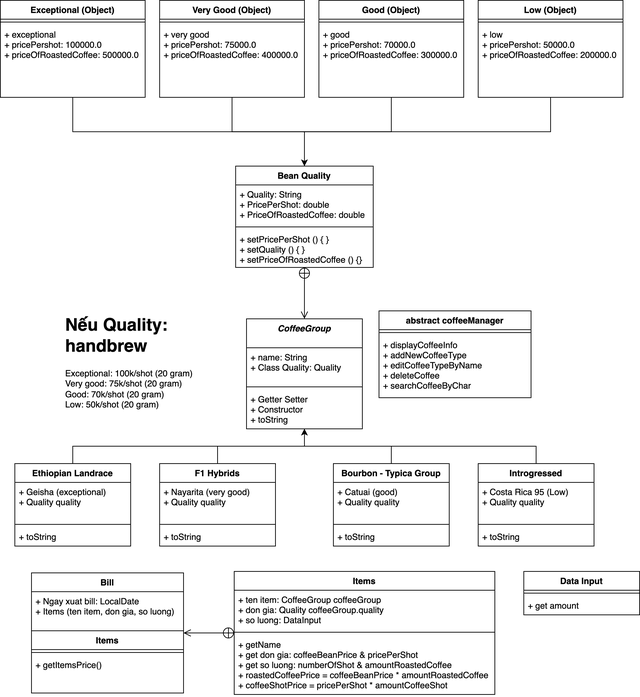
Before: CaseStudyMD2.png, a diagram exported from draw.io (minhtuan1610/MD2-Case-Study). Source tidied: cells renumbered, new cells last; positions are measured from the earlier drawing's top-left corner, leaving out a move shared by most shapes.
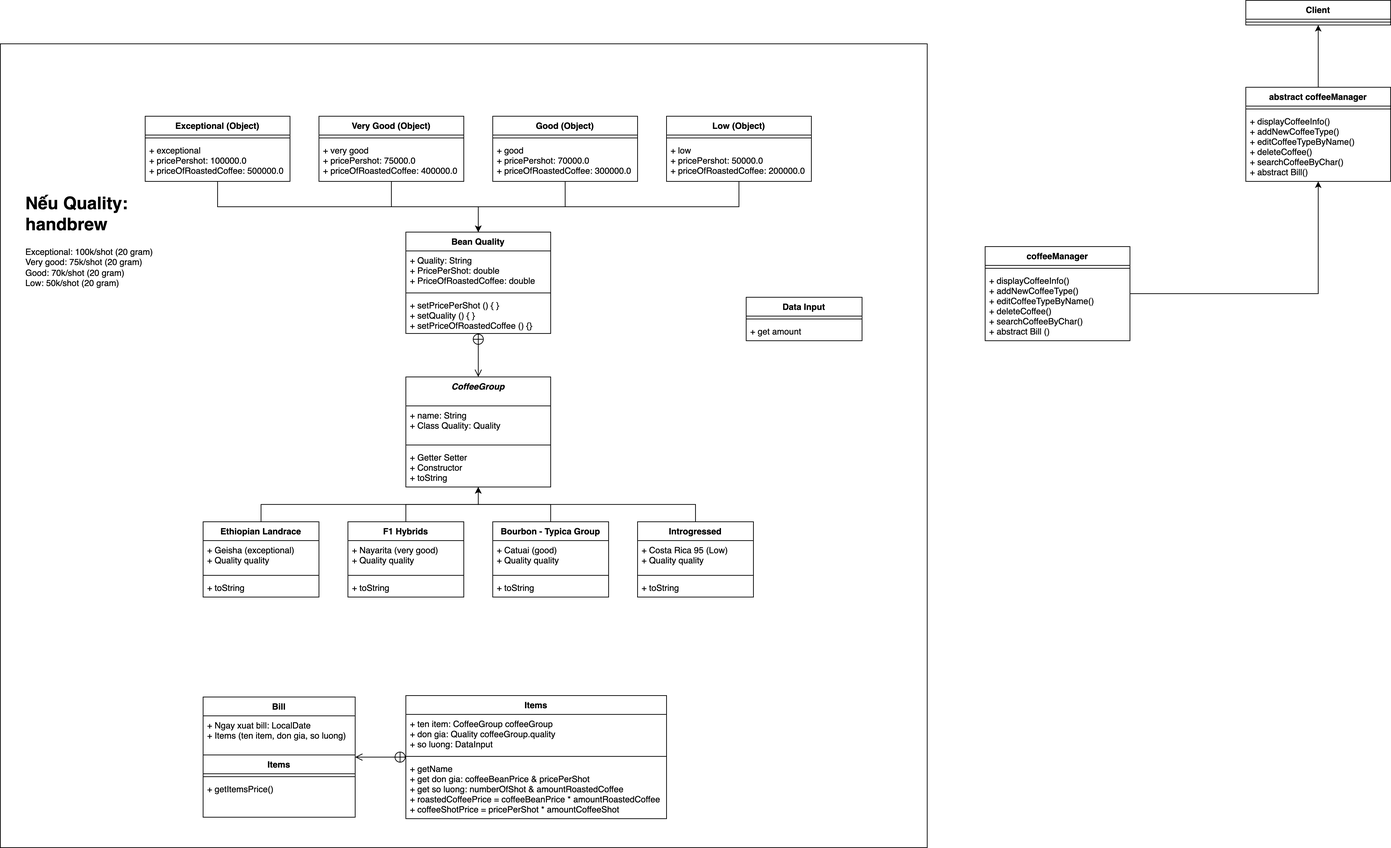
Later version of the same file.

Change to the diagram source:
```diff
@@ -2,146 +2,149 @@
   <root>
     <mxCell id="0" />
     <mxCell id="1" parent="0" />
+    <mxCell id="64" style="rounded=0;whiteSpace=wrap;html=1;glass=0;fillColor=none;" parent="1" vertex="1">
+      <mxGeometry x="-237" y="-111" width="1280" height="1110" as="geometry" />
+    </mxCell>
     <mxCell id="2" value="CoffeeGroup" style="swimlane;fontStyle=3;align=center;verticalAlign=top;horizontal=1;startSize=40;" parent="1" vertex="1">
-      <mxGeometry x="340" y="440" width="160" height="152" as="geometry" />
+      <mxGeometry x="323" y="349" width="200" height="152" as="geometry" />
     </mxCell>
     <mxCell id="3" value="+ name: String&#10;+ Class Quality: Quality&#10;" style="text;strokeColor=none;fillColor=none;align=left;verticalAlign=top;spacingLeft=4;spacingRight=4;overflow=hidden;" parent="2" vertex="1">
-      <mxGeometry y="40" width="160" height="50" as="geometry" />
+      <mxGeometry y="40" width="200" height="50" as="geometry" />
     </mxCell>
     <mxCell id="4" style="line;strokeWidth=1;fillColor=none;align=left;verticalAlign=middle;spacingTop=-1;spacingLeft=3;spacingRight=3;labelPosition=right;" parent="2" vertex="1">
-      <mxGeometry y="90" width="160" height="8" as="geometry" />
+      <mxGeometry y="90" width="200" height="8" as="geometry" />
     </mxCell>
     <mxCell id="5" value="+ Getter Setter&#10;+ Constructor&#10;+ toString" style="text;strokeColor=none;fillColor=none;align=left;verticalAlign=top;spacingLeft=4;spacingRight=4;overflow=hidden;" parent="2" vertex="1">
-      <mxGeometry y="98" width="160" height="54" as="geometry" />
+      <mxGeometry y="98" width="200" height="54" as="geometry" />
     </mxCell>
     <mxCell id="6" style="edgeStyle=orthogonalEdgeStyle;rounded=0;jettySize=auto;html=1;exitX=0.5;exitY=0;exitDx=0;exitDy=0;entryX=0.5;entryY=1;entryDx=0;entryDy=0;" parent="1" edge="1" source="7" target="2">
       <mxGeometry relative="1" as="geometry" />
     </mxCell>
     <mxCell id="7" value="Ethiopian Landrace" style="swimlane;fontStyle=1;align=center;verticalAlign=top;horizontal=1;startSize=26;" parent="1" vertex="1">
-      <mxGeometry x="20" y="640" width="160" height="114" as="geometry" />
+      <mxGeometry x="43" y="549" width="160" height="104" as="geometry" />
     </mxCell>
     <mxCell id="8" value="+ Geisha (exceptional)&#10;+ Quality quality" style="text;strokeColor=none;fillColor=none;align=left;verticalAlign=top;spacingLeft=4;spacingRight=4;overflow=hidden;" parent="7" vertex="1">
-      <mxGeometry y="26" width="160" height="54" as="geometry" />
+      <mxGeometry y="26" width="160" height="44" as="geometry" />
     </mxCell>
     <mxCell id="9" style="line;strokeWidth=1;fillColor=none;align=left;verticalAlign=middle;spacingTop=-1;spacingLeft=3;spacingRight=3;labelPosition=right;" parent="7" vertex="1">
-      <mxGeometry y="80" width="160" height="8" as="geometry" />
+      <mxGeometry y="70" width="160" height="8" as="geometry" />
     </mxCell>
     <mxCell id="10" value="+ toString" style="text;strokeColor=none;fillColor=none;align=left;verticalAlign=top;spacingLeft=4;spacingRight=4;overflow=hidden;" parent="7" vertex="1">
-      <mxGeometry y="88" width="160" height="26" as="geometry" />
+      <mxGeometry y="78" width="160" height="26" as="geometry" />
     </mxCell>
     <mxCell id="11" style="edgeStyle=orthogonalEdgeStyle;rounded=0;jettySize=auto;html=1;exitX=0.5;exitY=0;exitDx=0;exitDy=0;entryX=0.5;entryY=1;entryDx=0;entryDy=0;" parent="1" edge="1" source="12" target="2">
       <mxGeometry relative="1" as="geometry" />
     </mxCell>
     <mxCell id="12" value="F1 Hybrids" style="swimlane;fontStyle=1;align=center;verticalAlign=top;horizontal=1;startSize=26;" parent="1" vertex="1">
-      <mxGeometry x="220" y="640" width="160" height="114" as="geometry" />
+      <mxGeometry x="243" y="549" width="160" height="104" as="geometry" />
     </mxCell>
     <mxCell id="13" value="+ Nayarita (very good)&#10;+ Quality quality" style="text;strokeColor=none;fillColor=none;align=left;verticalAlign=top;spacingLeft=4;spacingRight=4;overflow=hidden;" parent="12" vertex="1">
-      <mxGeometry y="26" width="160" height="54" as="geometry" />
+      <mxGeometry y="26" width="160" height="44" as="geometry" />
     </mxCell>
     <mxCell id="14" style="line;strokeWidth=1;fillColor=none;align=left;verticalAlign=middle;spacingTop=-1;spacingLeft=3;spacingRight=3;labelPosition=right;" parent="12" vertex="1">
-      <mxGeometry y="80" width="160" height="8" as="geometry" />
+      <mxGeometry y="70" width="160" height="8" as="geometry" />
     </mxCell>
     <mxCell id="15" value="+ toString" style="text;strokeColor=none;fillColor=none;align=left;verticalAlign=top;spacingLeft=4;spacingRight=4;overflow=hidden;" parent="12" vertex="1">
-      <mxGeometry y="88" width="160" height="26" as="geometry" />
+      <mxGeometry y="78" width="160" height="26" as="geometry" />
     </mxCell>
     <mxCell id="16" style="edgeStyle=orthogonalEdgeStyle;rounded=0;jettySize=auto;html=1;exitX=0.5;exitY=0;exitDx=0;exitDy=0;entryX=0.5;entryY=1;entryDx=0;entryDy=0;" parent="1" edge="1" source="17" target="2">
       <mxGeometry relative="1" as="geometry" />
     </mxCell>
     <mxCell id="17" value="Bourbon - Typica Group" style="swimlane;fontStyle=1;align=center;verticalAlign=top;horizontal=1;startSize=26;" parent="1" vertex="1">
-      <mxGeometry x="460" y="640" width="160" height="114" as="geometry" />
+      <mxGeometry x="443" y="549" width="160" height="104" as="geometry" />
     </mxCell>
     <mxCell id="18" value="+ Catuai (good)&#10;+ Quality quality" style="text;strokeColor=none;fillColor=none;align=left;verticalAlign=top;spacingLeft=4;spacingRight=4;overflow=hidden;" parent="17" vertex="1">
-      <mxGeometry y="26" width="160" height="54" as="geometry" />
+      <mxGeometry y="26" width="160" height="44" as="geometry" />
     </mxCell>
     <mxCell id="19" style="line;strokeWidth=1;fillColor=none;align=left;verticalAlign=middle;spacingTop=-1;spacingLeft=3;spacingRight=3;labelPosition=right;" parent="17" vertex="1">
-      <mxGeometry y="80" width="160" height="8" as="geometry" />
+      <mxGeometry y="70" width="160" height="8" as="geometry" />
     </mxCell>
     <mxCell id="20" value="+ toString" style="text;strokeColor=none;fillColor=none;align=left;verticalAlign=top;spacingLeft=4;spacingRight=4;overflow=hidden;" parent="17" vertex="1">
-      <mxGeometry y="88" width="160" height="26" as="geometry" />
+      <mxGeometry y="78" width="160" height="26" as="geometry" />
     </mxCell>
     <mxCell id="21" style="edgeStyle=orthogonalEdgeStyle;rounded=0;jettySize=auto;html=1;exitX=0.5;exitY=0;exitDx=0;exitDy=0;entryX=0.5;entryY=1;entryDx=0;entryDy=0;" parent="1" edge="1" source="22" target="2">
       <mxGeometry relative="1" as="geometry" />
     </mxCell>
     <mxCell id="22" value="Introgressed" style="swimlane;fontStyle=1;align=center;verticalAlign=top;horizontal=1;startSize=26;" parent="1" vertex="1">
-      <mxGeometry x="660" y="640" width="160" height="114" as="geometry" />
+      <mxGeometry x="643" y="549" width="160" height="104" as="geometry" />
     </mxCell>
     <mxCell id="23" value="+ Costa Rica 95 (Low)&#10;+ Quality quality" style="text;strokeColor=none;fillColor=none;align=left;verticalAlign=top;spacingLeft=4;spacingRight=4;overflow=hidden;" parent="22" vertex="1">
-      <mxGeometry y="26" width="160" height="54" as="geometry" />
+      <mxGeometry y="26" width="160" height="44" as="geometry" />
     </mxCell>
     <mxCell id="24" style="line;strokeWidth=1;fillColor=none;align=left;verticalAlign=middle;spacingTop=-1;spacingLeft=3;spacingRight=3;labelPosition=right;" parent="22" vertex="1">
-      <mxGeometry y="80" width="160" height="8" as="geometry" />
+      <mxGeometry y="70" width="160" height="8" as="geometry" />
     </mxCell>
     <mxCell id="25" value="+ toString" style="text;strokeColor=none;fillColor=none;align=left;verticalAlign=top;spacingLeft=4;spacingRight=4;overflow=hidden;" parent="22" vertex="1">
-      <mxGeometry y="88" width="160" height="26" as="geometry" />
+      <mxGeometry y="78" width="160" height="26" as="geometry" />
     </mxCell>
     <mxCell id="26" value="&lt;h1&gt;Nếu Quality: handbrew&lt;/h1&gt;&lt;div&gt;Exceptional: 100k/shot (20 gram)&lt;/div&gt;&lt;div&gt;Very good: 75k/shot (20 gram)&lt;/div&gt;&lt;div&gt;Good: 70k/shot (20 gram)&lt;/div&gt;&lt;div&gt;Low: 50k/shot (20 gram)&lt;/div&gt;" style="text;html=1;strokeColor=none;fillColor=none;spacing=5;spacingTop=-20;whiteSpace=wrap;overflow=hidden;rounded=0;" parent="1" vertex="1">
-      <mxGeometry x="85" y="429" width="198" height="140" as="geometry" />
+      <mxGeometry x="-207" y="90" width="198" height="140" as="geometry" />
     </mxCell>
     <mxCell id="27" style="endArrow=open;startArrow=circlePlus;endFill=0;startFill=0;endSize=8;html=1;rounded=0;entryX=0.5;entryY=0;entryDx=0;entryDy=0;exitX=0.5;exitY=1;exitDx=0;exitDy=0;" parent="1" edge="1" source="28" target="2">
       <mxGeometry relative="1" as="geometry" />
     </mxCell>
     <mxCell id="28" value="Bean Quality" style="swimlane;fontStyle=1;align=center;verticalAlign=top;horizontal=1;startSize=26;" parent="1" vertex="1">
-      <mxGeometry x="325" y="229" width="190" height="140" as="geometry" />
+      <mxGeometry x="323" y="149" width="200" height="140" as="geometry" />
     </mxCell>
     <mxCell id="29" value="+ Quality: String&#10;+ PricePerShot: double&#10;+ PriceOfRoastedCoffee: double" style="text;strokeColor=none;fillColor=none;align=left;verticalAlign=top;spacingLeft=4;spacingRight=4;overflow=hidden;" parent="28" vertex="1">
-      <mxGeometry y="26" width="190" height="54" as="geometry" />
+      <mxGeometry y="26" width="200" height="54" as="geometry" />
     </mxCell>
     <mxCell id="30" style="line;strokeWidth=1;fillColor=none;align=left;verticalAlign=middle;spacingTop=-1;spacingLeft=3;spacingRight=3;labelPosition=right;" parent="28" vertex="1">
-      <mxGeometry y="80" width="190" height="8" as="geometry" />
+      <mxGeometry y="80" width="200" height="8" as="geometry" />
     </mxCell>
     <mxCell id="31" value="+ setPricePerShot () { }&#10;+ setQuality () { }&#10;+ setPriceOfRoastedCoffee () {}" style="text;strokeColor=none;fillColor=none;align=left;verticalAlign=top;spacingLeft=4;spacingRight=4;overflow=hidden;" parent="28" vertex="1">
-      <mxGeometry y="88" width="190" height="52" as="geometry" />
+      <mxGeometry y="88" width="200" height="52" as="geometry" />
     </mxCell>
     <mxCell id="32" style="edgeStyle=orthogonalEdgeStyle;rounded=0;jettySize=auto;html=1;entryX=0.5;entryY=0;entryDx=0;entryDy=0;exitX=0.5;exitY=1;exitDx=0;exitDy=0;" parent="1" edge="1" source="33" target="28">
       <mxGeometry relative="1" as="geometry" />
     </mxCell>
     <mxCell id="33" value="Exceptional (Object)" style="swimlane;fontStyle=1;align=center;verticalAlign=top;horizontal=1;startSize=26;" parent="1" vertex="1">
-      <mxGeometry width="200" height="134" as="geometry" />
+      <mxGeometry x="-37" y="-11" width="200" height="90" as="geometry" />
     </mxCell>
     <mxCell id="34" style="line;strokeWidth=1;fillColor=none;align=left;verticalAlign=middle;spacingTop=-1;spacingLeft=3;spacingRight=3;labelPosition=right;" parent="33" vertex="1">
       <mxGeometry y="26" width="200" height="8" as="geometry" />
     </mxCell>
     <mxCell id="35" value="+ exceptional&#10;+ pricePershot: 100000.0&#10;+ priceOfRoastedCoffee: 500000.0" style="text;strokeColor=none;fillColor=none;align=left;verticalAlign=top;spacingLeft=4;spacingRight=4;overflow=hidden;" parent="33" vertex="1">
-      <mxGeometry y="34" width="200" height="100" as="geometry" />
+      <mxGeometry y="34" width="200" height="56" as="geometry" />
     </mxCell>
     <mxCell id="36" style="edgeStyle=orthogonalEdgeStyle;rounded=0;jettySize=auto;html=1;entryX=0.5;entryY=0;entryDx=0;entryDy=0;exitX=0.5;exitY=1;exitDx=0;exitDy=0;" parent="1" edge="1" source="37" target="28">
       <mxGeometry relative="1" as="geometry" />
     </mxCell>
     <mxCell id="37" value="Very Good (Object)" style="swimlane;fontStyle=1;align=center;verticalAlign=top;horizontal=1;startSize=26;" parent="1" vertex="1">
-      <mxGeometry x="220" width="200" height="134" as="geometry" />
+      <mxGeometry x="203" y="-11" width="200" height="90" as="geometry" />
     </mxCell>
     <mxCell id="38" style="line;strokeWidth=1;fillColor=none;align=left;verticalAlign=middle;spacingTop=-1;spacingLeft=3;spacingRight=3;labelPosition=right;" parent="37" vertex="1">
       <mxGeometry y="26" width="200" height="8" as="geometry" />
     </mxCell>
     <mxCell id="39" value="+ very good&#10;+ pricePershot: 75000.0&#10;+ priceOfRoastedCoffee: 400000.0" style="text;strokeColor=none;fillColor=none;align=left;verticalAlign=top;spacingLeft=4;spacingRight=4;overflow=hidden;" parent="37" vertex="1">
-      <mxGeometry y="34" width="200" height="100" as="geometry" />
+      <mxGeometry y="34" width="200" height="56" as="geometry" />
     </mxCell>
     <mxCell id="40" style="edgeStyle=orthogonalEdgeStyle;rounded=0;jettySize=auto;html=1;entryX=0.5;entryY=0;entryDx=0;entryDy=0;exitX=0.5;exitY=1;exitDx=0;exitDy=0;" parent="1" edge="1" source="41" target="28">
       <mxGeometry relative="1" as="geometry" />
     </mxCell>
     <mxCell id="41" value="Good (Object)" style="swimlane;fontStyle=1;align=center;verticalAlign=top;horizontal=1;startSize=26;" parent="1" vertex="1">
-      <mxGeometry x="440" width="200" height="134" as="geometry" />
+      <mxGeometry x="443" y="-11" width="200" height="90" as="geometry" />
     </mxCell>
     <mxCell id="42" style="line;strokeWidth=1;fillColor=none;align=left;verticalAlign=middle;spacingTop=-1;spacingLeft=3;spacingRight=3;labelPosition=right;" parent="41" vertex="1">
       <mxGeometry y="26" width="200" height="8" as="geometry" />
     </mxCell>
     <mxCell id="43" value="+ good&#10;+ pricePershot: 70000.0&#10;+ priceOfRoastedCoffee: 300000.0" style="text;strokeColor=none;fillColor=none;align=left;verticalAlign=top;spacingLeft=4;spacingRight=4;overflow=hidden;" parent="41" vertex="1">
-      <mxGeometry y="34" width="200" height="100" as="geometry" />
+      <mxGeometry y="34" width="200" height="56" as="geometry" />
     </mxCell>
     <mxCell id="44" style="edgeStyle=orthogonalEdgeStyle;rounded=0;jettySize=auto;html=1;exitX=0.5;exitY=1;exitDx=0;exitDy=0;entryX=0.5;entryY=0;entryDx=0;entryDy=0;" parent="1" edge="1" source="45" target="28">
       <mxGeometry relative="1" as="geometry" />
     </mxCell>
     <mxCell id="45" value="Low (Object)" style="swimlane;fontStyle=1;align=center;verticalAlign=top;horizontal=1;startSize=26;" parent="1" vertex="1">
-      <mxGeometry x="660" width="200" height="134" as="geometry" />
+      <mxGeometry x="683" y="-11" width="200" height="90" as="geometry" />
     </mxCell>
     <mxCell id="46" style="line;strokeWidth=1;fillColor=none;align=left;verticalAlign=middle;spacingTop=-1;spacingLeft=3;spacingRight=3;labelPosition=right;" parent="45" vertex="1">
       <mxGeometry y="26" width="200" height="8" as="geometry" />
     </mxCell>
     <mxCell id="47" value="+ low&#10;+ pricePershot: 50000.0&#10;+ priceOfRoastedCoffee: 200000.0" style="text;strokeColor=none;fillColor=none;align=left;verticalAlign=top;spacingLeft=4;spacingRight=4;overflow=hidden;" parent="45" vertex="1">
-      <mxGeometry y="34" width="200" height="100" as="geometry" />
+      <mxGeometry y="34" width="200" height="56" as="geometry" />
     </mxCell>
     <mxCell id="48" value="Data Input" style="swimlane;fontStyle=1;align=center;verticalAlign=top;horizontal=1;startSize=26;" parent="1" vertex="1">
-      <mxGeometry x="723" y="789" width="160" height="60" as="geometry" />
+      <mxGeometry x="793" y="239" width="160" height="60" as="geometry" />
     </mxCell>
     <mxCell id="49" style="line;strokeWidth=1;fillColor=none;align=left;verticalAlign=middle;spacingTop=-1;spacingLeft=3;spacingRight=3;labelPosition=right;" parent="48" vertex="1">
       <mxGeometry y="26" width="160" height="8" as="geometry" />
@@ -179,14 +182,35 @@
     <mxCell id="60" value="+ getName&#10;+ get don gia: coffeeBeanPrice &amp; pricePerShot&#10;+ get so luong: numberOfShot &amp; amountRoastedCoffee&#10;+ roastedCoffeePrice = coffeeBeanPrice * amountRoastedCoffee&#10;+ coffeeShotPrice = pricePerShot * amountCoffeeShot" style="text;strokeColor=none;fillColor=none;align=left;verticalAlign=top;spacingLeft=4;spacingRight=4;overflow=hidden;" parent="57" vertex="1">
       <mxGeometry y="88" width="360" height="82" as="geometry" />
     </mxCell>
+    <mxCell id="65" style="edgeStyle=orthogonalEdgeStyle;rounded=0;jettySize=auto;html=1;exitX=0.5;exitY=0;exitDx=0;exitDy=0;entryX=0.5;entryY=1;entryDx=0;entryDy=0;" parent="1" edge="1" source="61" target="66">
+      <mxGeometry relative="1" as="geometry" />
+    </mxCell>
     <mxCell id="61" value="abstract coffeeManager" style="swimlane;fontStyle=1;align=center;verticalAlign=top;horizontal=1;startSize=26;" parent="1" vertex="1">
-      <mxGeometry x="523" y="429" width="210" height="120" as="geometry" />
+      <mxGeometry x="1483" y="-51" width="200" height="130" as="geometry" />
     </mxCell>
     <mxCell id="62" style="line;strokeWidth=1;fillColor=none;align=left;verticalAlign=middle;spacingTop=-1;spacingLeft=3;spacingRight=3;labelPosition=right;" parent="61" vertex="1">
-      <mxGeometry y="26" width="210" height="8" as="geometry" />
+      <mxGeometry y="26" width="200" height="8" as="geometry" />
     </mxCell>
-    <mxCell id="63" value="+ displayCoffeeInfo&#10;+ addNewCoffeeType&#10;+ editCoffeeTypeByName&#10;+ deleteCoffee&#10;+ searchCoffeeByChar" style="text;strokeColor=none;fillColor=none;align=left;verticalAlign=top;spacingLeft=4;spacingRight=4;overflow=hidden;" parent="61" vertex="1">
-      <mxGeometry y="34" width="210" height="86" as="geometry" />
+    <mxCell id="63" value="+ displayCoffeeInfo()&#10;+ addNewCoffeeType()&#10;+ editCoffeeTypeByName()&#10;+ deleteCoffee()&#10;+ searchCoffeeByChar()&#10;+ abstract Bill()" style="text;strokeColor=none;fillColor=none;align=left;verticalAlign=top;spacingLeft=4;spacingRight=4;overflow=hidden;" parent="61" vertex="1">
+      <mxGeometry y="34" width="200" height="96" as="geometry" />
     </mxCell>
+    <mxCell id="66" value="Client" style="swimlane;fontStyle=1;align=center;verticalAlign=top;horizontal=1;startSize=26;" parent="1" vertex="1">
+      <mxGeometry x="1483" y="-171" width="200" height="34" as="geometry" />
+    </mxCell>
+    <mxCell id="67" style="line;strokeWidth=1;fillColor=none;align=left;verticalAlign=middle;spacingTop=-1;spacingLeft=3;spacingRight=3;labelPosition=right;" parent="66" vertex="1">
+      <mxGeometry y="26" width="200" height="8" as="geometry" />
+    </mxCell>
+    <mxCell id="68" value="coffeeManager" style="swimlane;fontStyle=1;align=center;verticalAlign=top;horizontal=1;startSize=26;" parent="1" vertex="1">
+      <mxGeometry x="1123" y="169" width="200" height="130" as="geometry" />
+    </mxCell>
+    <mxCell id="69" style="line;strokeWidth=1;fillColor=none;align=left;verticalAlign=middle;spacingTop=-1;spacingLeft=3;spacingRight=3;labelPosition=right;" parent="68" vertex="1">
+      <mxGeometry y="26" width="200" height="8" as="geometry" />
+    </mxCell>
+    <mxCell id="70" value="+ displayCoffeeInfo()&#10;+ addNewCoffeeType()&#10;+ editCoffeeTypeByName()&#10;+ deleteCoffee()&#10;+ searchCoffeeByChar()&#10;+ abstract Bill ()" style="text;strokeColor=none;fillColor=none;align=left;verticalAlign=top;spacingLeft=4;spacingRight=4;overflow=hidden;" parent="68" vertex="1">
+      <mxGeometry y="34" width="200" height="96" as="geometry" />
+    </mxCell>
+    <mxCell id="71" style="endArrow=classic;html=1;rounded=0;edgeStyle=orthogonalEdgeStyle;entryX=0.5;entryY=1;entryDx=0;entryDy=0;exitX=1;exitY=0.5;exitDx=0;exitDy=0;" parent="1" edge="1" source="68" target="61">
+      <mxGeometry relative="1" as="geometry" />
+    </mxCell>
   </root>
 </mxGraphModel>
```
